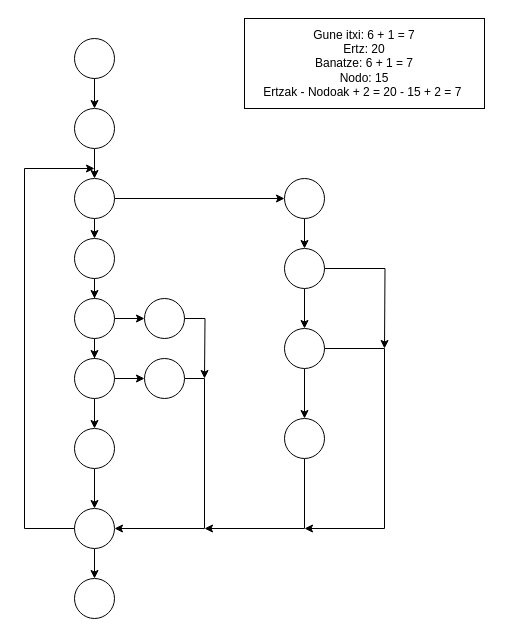
This is Documentacion/Garapen inguruneak/konplexutasun_ziklomatikoa.drawio from PetaldoiPorramador/ErronkaBus, a draw.io file, before an edit. Source tidied: cells renumbered, new cells numbered last; positions are measured from the earlier drawing's top-left corner, leaving out a move shared by most shapes. Both pictures are drawn from the tidied source at 100%, with x=0, y=0 at pixel (24, 18).
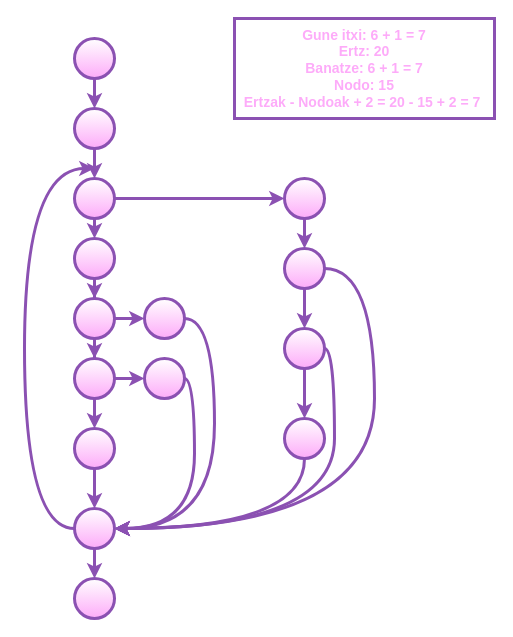
The same diagram, later.

Change to the diagram source:
```diff
@@
-    <mxCell id="2" style="ellipse;whiteSpace=wrap;html=1;" parent="1" vertex="1">
+    <mxCell id="2" style="ellipse;whiteSpace=wrap;html=1;fillColor=#FFFFFF;gradientColor=#fdabf9;strokeColor=#8b51b2;strokeWidth=3;fontColor=#FB54F4;gradientDirection=south;" parent="1" vertex="1">
       <mxGeometry x="50" y="20" width="40" height="40" as="geometry" />
     </mxCell>
-    <mxCell id="3" style="edgeStyle=orthogonalEdgeStyle;rounded=0;jettySize=auto;html=1;exitX=0.5;exitY=1;exitDx=0;exitDy=0;" parent="1" edge="1" source="4" target="7">
+    <mxCell id="3" style="edgeStyle=orthogonalEdgeStyle;rounded=0;jettySize=auto;html=1;exitX=0.5;exitY=1;exitDx=0;exitDy=0;fillColor=#f8cecc;gradientColor=#ea6b66;strokeColor=#8B51B2;strokeWidth=3;fontColor=#FB54F4;" parent="1" edge="1" source="4" target="7">
       <mxGeometry relative="1" as="geometry" />
     </mxCell>
-    <mxCell id="4" style="ellipse;whiteSpace=wrap;html=1;" parent="1" vertex="1">
+    <mxCell id="4" style="ellipse;whiteSpace=wrap;html=1;fillColor=#FFFFFF;gradientColor=#fdabf9;strokeColor=#8b51b2;strokeWidth=3;fontColor=#FB54F4;gradientDirection=south;" parent="1" vertex="1">
       <mxGeometry x="50" y="90" width="40" height="40" as="geometry" />
     </mxCell>
-    <mxCell id="5" style="edgeStyle=orthogonalEdgeStyle;rounded=0;jettySize=auto;html=1;exitX=0.5;exitY=1;exitDx=0;exitDy=0;entryX=0.5;entryY=0;entryDx=0;entryDy=0;" parent="1" edge="1" source="7" target="9">
+    <mxCell id="5" style="edgeStyle=orthogonalEdgeStyle;rounded=0;jettySize=auto;html=1;exitX=0.5;exitY=1;exitDx=0;exitDy=0;entryX=0.5;entryY=0;entryDx=0;entryDy=0;fillColor=#f8cecc;gradientColor=#ea6b66;strokeColor=#8B51B2;strokeWidth=3;fontColor=#FB54F4;" parent="1" edge="1" source="7" target="9">
       <mxGeometry relative="1" as="geometry" />
     </mxCell>
-    <mxCell id="6" style="edgeStyle=orthogonalEdgeStyle;rounded=0;jettySize=auto;html=1;exitX=1;exitY=0.5;exitDx=0;exitDy=0;entryX=0;entryY=0.5;entryDx=0;entryDy=0;" parent="1" edge="1" source="7" target="34">
+    <mxCell id="6" style="edgeStyle=orthogonalEdgeStyle;curved=1;rounded=0;jettySize=auto;html=1;exitX=1;exitY=0.5;exitDx=0;exitDy=0;entryX=0;entryY=0.5;entryDx=0;entryDy=0;fontSize=14;fontColor=#FDABF9;strokeColor=#8B51B2;strokeWidth=3;" parent="1" edge="1" source="7" target="34">
       <mxGeometry relative="1" as="geometry" />
     </mxCell>
-    <mxCell id="7" style="ellipse;whiteSpace=wrap;html=1;" parent="1" vertex="1">
+    <mxCell id="7" style="ellipse;whiteSpace=wrap;html=1;fillColor=#FFFFFF;gradientColor=#fdabf9;strokeColor=#8b51b2;strokeWidth=3;fontColor=#FB54F4;gradientDirection=south;" parent="1" vertex="1">
       <mxGeometry x="50" y="160" width="40" height="40" as="geometry" />
     </mxCell>
-    <mxCell id="8" style="edgeStyle=orthogonalEdgeStyle;rounded=0;jettySize=auto;html=1;exitX=0.5;exitY=1;exitDx=0;exitDy=0;" parent="1" edge="1" source="9" target="12">
+    <mxCell id="8" style="edgeStyle=orthogonalEdgeStyle;rounded=0;jettySize=auto;html=1;exitX=0.5;exitY=1;exitDx=0;exitDy=0;fillColor=#f8cecc;gradientColor=#ea6b66;strokeColor=#8B51B2;strokeWidth=3;fontColor=#FB54F4;" parent="1" edge="1" source="9" target="12">
       <mxGeometry relative="1" as="geometry" />
     </mxCell>
-    <mxCell id="9" style="ellipse;whiteSpace=wrap;html=1;" parent="1" vertex="1">
+    <mxCell id="9" style="ellipse;whiteSpace=wrap;html=1;fillColor=#FFFFFF;gradientColor=#fdabf9;strokeColor=#8b51b2;strokeWidth=3;fontColor=#FB54F4;gradientDirection=south;" parent="1" vertex="1">
       <mxGeometry x="50" y="220" width="40" height="40" as="geometry" />
     </mxCell>
-    <mxCell id="10" style="edgeStyle=orthogonalEdgeStyle;rounded=0;jettySize=auto;html=1;exitX=0.5;exitY=1;exitDx=0;exitDy=0;" parent="1" edge="1" source="12" target="17">
+    <mxCell id="10" style="edgeStyle=orthogonalEdgeStyle;rounded=0;jettySize=auto;html=1;exitX=0.5;exitY=1;exitDx=0;exitDy=0;fillColor=#f8cecc;gradientColor=#ea6b66;strokeColor=#8B51B2;strokeWidth=3;fontColor=#FB54F4;" parent="1" edge="1" source="12" target="17">
       <mxGeometry relative="1" as="geometry" />
     </mxCell>
-    <mxCell id="11" style="edgeStyle=orthogonalEdgeStyle;rounded=0;jettySize=auto;html=1;exitX=1;exitY=0.5;exitDx=0;exitDy=0;" parent="1" edge="1" source="12" target="14">
+    <mxCell id="11" style="edgeStyle=orthogonalEdgeStyle;rounded=0;jettySize=auto;html=1;exitX=1;exitY=0.5;exitDx=0;exitDy=0;fillColor=#f8cecc;gradientColor=#ea6b66;strokeColor=#8B51B2;strokeWidth=3;fontColor=#FB54F4;" parent="1" edge="1" source="12" target="14">
       <mxGeometry relative="1" as="geometry" />
     </mxCell>
-    <mxCell id="12" style="ellipse;whiteSpace=wrap;html=1;" parent="1" vertex="1">
+    <mxCell id="12" style="ellipse;whiteSpace=wrap;html=1;fillColor=#FFFFFF;gradientColor=#fdabf9;strokeColor=#8b51b2;strokeWidth=3;fontColor=#FB54F4;gradientDirection=south;" parent="1" vertex="1">
       <mxGeometry x="50" y="280" width="40" height="40" as="geometry" />
     </mxCell>
-    <mxCell id="13" style="edgeStyle=orthogonalEdgeStyle;rounded=0;jettySize=auto;html=1;exitX=1;exitY=0.5;exitDx=0;exitDy=0;" parent="1" edge="1" source="14">
+    <mxCell id="13" style="edgeStyle=orthogonalEdgeStyle;rounded=0;jettySize=auto;html=1;exitX=1;exitY=0.5;exitDx=0;exitDy=0;fillColor=#f8cecc;gradientColor=#ea6b66;strokeColor=#8B51B2;strokeWidth=3;fontColor=#FB54F4;curved=1;entryX=1;entryY=0.5;entryDx=0;entryDy=0;" parent="1" edge="1" source="14" target="26">
       <mxGeometry relative="1" as="geometry">
-        <mxPoint x="180" y="360" as="targetPoint" />
+        <Array as="points">
+          <mxPoint x="190" y="300" />
+          <mxPoint x="190" y="510" />
+        </Array>
       </mxGeometry>
     </mxCell>
-    <mxCell id="14" style="ellipse;whiteSpace=wrap;html=1;" parent="1" vertex="1">
+    <mxCell id="14" style="ellipse;whiteSpace=wrap;html=1;fillColor=#FFFFFF;gradientColor=#fdabf9;strokeColor=#8b51b2;strokeWidth=3;fontColor=#FB54F4;gradientDirection=south;" parent="1" vertex="1">
       <mxGeometry x="120" y="280" width="40" height="40" as="geometry" />
     </mxCell>
-    <mxCell id="15" style="edgeStyle=orthogonalEdgeStyle;rounded=0;jettySize=auto;html=1;exitX=0.5;exitY=1;exitDx=0;exitDy=0;" parent="1" edge="1" source="17" target="21">
+    <mxCell id="15" style="edgeStyle=orthogonalEdgeStyle;rounded=0;jettySize=auto;html=1;exitX=0.5;exitY=1;exitDx=0;exitDy=0;fillColor=#f8cecc;gradientColor=#ea6b66;strokeColor=#8B51B2;strokeWidth=3;fontColor=#FB54F4;" parent="1" edge="1" source="17" target="21">
       <mxGeometry relative="1" as="geometry" />
     </mxCell>
-    <mxCell id="16" style="edgeStyle=orthogonalEdgeStyle;rounded=0;jettySize=auto;html=1;exitX=1;exitY=0.5;exitDx=0;exitDy=0;" parent="1" edge="1" source="17" target="19">
+    <mxCell id="16" style="edgeStyle=orthogonalEdgeStyle;rounded=0;jettySize=auto;html=1;exitX=1;exitY=0.5;exitDx=0;exitDy=0;fillColor=#f8cecc;gradientColor=#ea6b66;strokeColor=#8B51B2;strokeWidth=3;fontColor=#FB54F4;" parent="1" edge="1" source="17" target="19">
       <mxGeometry relative="1" as="geometry" />
     </mxCell>
-    <mxCell id="17" style="ellipse;whiteSpace=wrap;html=1;" parent="1" vertex="1">
+    <mxCell id="17" style="ellipse;whiteSpace=wrap;html=1;fillColor=#FFFFFF;gradientColor=#fdabf9;strokeColor=#8b51b2;strokeWidth=3;fontColor=#FB54F4;gradientDirection=south;" parent="1" vertex="1">
       <mxGeometry x="50" y="340" width="40" height="40" as="geometry" />
     </mxCell>
-    <mxCell id="18" style="edgeStyle=orthogonalEdgeStyle;rounded=0;jettySize=auto;html=1;exitX=1;exitY=0.5;exitDx=0;exitDy=0;entryX=1;entryY=0.5;entryDx=0;entryDy=0;" parent="1" edge="1" source="19" target="26">
-      <mxGeometry relative="1" as="geometry" />
+    <mxCell id="18" style="edgeStyle=orthogonalEdgeStyle;rounded=0;jettySize=auto;html=1;exitX=1;exitY=0.5;exitDx=0;exitDy=0;entryX=1;entryY=0.5;entryDx=0;entryDy=0;fillColor=#f8cecc;gradientColor=#ea6b66;strokeColor=#8B51B2;strokeWidth=3;fontColor=#FB54F4;curved=1;" parent="1" edge="1" source="19" target="26">
+      <mxGeometry relative="1" as="geometry">
+        <Array as="points">
+          <mxPoint x="170" y="360" />
+          <mxPoint x="170" y="510" />
+        </Array>
+      </mxGeometry>
     </mxCell>
-    <mxCell id="19" style="ellipse;whiteSpace=wrap;html=1;" parent="1" vertex="1">
+    <mxCell id="19" style="ellipse;whiteSpace=wrap;html=1;fillColor=#FFFFFF;gradientColor=#fdabf9;strokeColor=#8b51b2;strokeWidth=3;fontColor=#FB54F4;gradientDirection=south;" parent="1" vertex="1">
       <mxGeometry x="120" y="340" width="40" height="40" as="geometry" />
     </mxCell>
-    <mxCell id="20" style="edgeStyle=orthogonalEdgeStyle;rounded=0;jettySize=auto;html=1;exitX=0.5;exitY=1;exitDx=0;exitDy=0;" parent="1" edge="1" source="21" target="26">
+    <mxCell id="20" style="edgeStyle=orthogonalEdgeStyle;rounded=0;jettySize=auto;html=1;exitX=0.5;exitY=1;exitDx=0;exitDy=0;fillColor=#f8cecc;gradientColor=#ea6b66;strokeColor=#8B51B2;strokeWidth=3;fontColor=#FB54F4;" parent="1" edge="1" source="21" target="26">
       <mxGeometry relative="1" as="geometry" />
     </mxCell>
-    <mxCell id="21" style="ellipse;whiteSpace=wrap;html=1;" parent="1" vertex="1">
+    <mxCell id="21" style="ellipse;whiteSpace=wrap;html=1;fillColor=#FFFFFF;gradientColor=#fdabf9;strokeColor=#8b51b2;strokeWidth=3;fontColor=#FB54F4;gradientDirection=south;" parent="1" vertex="1">
       <mxGeometry x="50" y="410" width="40" height="40" as="geometry" />
     </mxCell>
-    <mxCell id="22" style="endArrow=classic;html=1;rounded=0;exitX=0.5;exitY=1;exitDx=0;exitDy=0;" parent="1" edge="1" source="2" target="4">
+    <mxCell id="22" style="endArrow=classic;html=1;rounded=0;exitX=0.5;exitY=1;exitDx=0;exitDy=0;fillColor=#f8cecc;gradientColor=#ea6b66;strokeColor=#8B51B2;strokeWidth=3;fontColor=#FB54F4;" parent="1" edge="1" source="2" target="4">
       <mxGeometry relative="1" as="geometry" />
     </mxCell>
-    <mxCell id="23" style="edgeStyle=orthogonalEdgeStyle;rounded=0;jettySize=auto;html=1;exitX=0.5;exitY=1;exitDx=0;exitDy=0;" parent="1" edge="1" source="24">
-      <mxGeometry relative="1" as="geometry">
-        <mxPoint x="180" y="510" as="targetPoint" />
-        <Array as="points">
-          <mxPoint x="280" y="510" />
-        </Array>
-      </mxGeometry>
+    <mxCell id="23" style="edgeStyle=orthogonalEdgeStyle;rounded=0;jettySize=auto;html=1;exitX=0.5;exitY=1;exitDx=0;exitDy=0;fillColor=#f8cecc;gradientColor=#ea6b66;strokeColor=#8B51B2;strokeWidth=3;fontColor=#FB54F4;curved=1;entryX=1;entryY=0.5;entryDx=0;entryDy=0;" parent="1" edge="1" source="24" target="26">
+      <mxGeometry relative="1" as="geometry" />
     </mxCell>
-    <mxCell id="24" style="ellipse;whiteSpace=wrap;html=1;" parent="1" vertex="1">
+    <mxCell id="24" style="ellipse;whiteSpace=wrap;html=1;fillColor=#FFFFFF;gradientColor=#fdabf9;strokeColor=#8b51b2;strokeWidth=3;fontColor=#FB54F4;gradientDirection=south;" parent="1" vertex="1">
       <mxGeometry x="260" y="400" width="40" height="40" as="geometry" />
     </mxCell>
-    <mxCell id="25" style="edgeStyle=orthogonalEdgeStyle;rounded=0;jettySize=auto;html=1;exitX=0.5;exitY=1;exitDx=0;exitDy=0;entryX=0.5;entryY=0;entryDx=0;entryDy=0;" parent="1" edge="1" source="26" target="37">
+    <mxCell id="25" style="edgeStyle=orthogonalEdgeStyle;rounded=0;jettySize=auto;html=1;exitX=0.5;exitY=1;exitDx=0;exitDy=0;entryX=0.5;entryY=0;entryDx=0;entryDy=0;fillColor=#f8cecc;gradientColor=#ea6b66;strokeColor=#8B51B2;strokeWidth=3;fontColor=#FB54F4;" parent="1" edge="1" source="26" target="37">
       <mxGeometry relative="1" as="geometry" />
     </mxCell>
-    <mxCell id="26" style="ellipse;whiteSpace=wrap;html=1;" parent="1" vertex="1">
+    <mxCell id="26" style="ellipse;whiteSpace=wrap;html=1;fillColor=#FFFFFF;gradientColor=#fdabf9;strokeColor=#8b51b2;strokeWidth=3;fontColor=#FB54F4;gradientDirection=south;" parent="1" vertex="1">
       <mxGeometry x="50" y="490" width="40" height="40" as="geometry" />
     </mxCell>
-    <mxCell id="27" style="edgeStyle=orthogonalEdgeStyle;rounded=0;jettySize=auto;html=1;exitX=0.5;exitY=1;exitDx=0;exitDy=0;" parent="1" edge="1" source="29" target="24">
+    <mxCell id="27" style="edgeStyle=orthogonalEdgeStyle;rounded=0;jettySize=auto;html=1;exitX=0.5;exitY=1;exitDx=0;exitDy=0;fillColor=#f8cecc;gradientColor=#ea6b66;strokeColor=#8B51B2;strokeWidth=3;fontColor=#FB54F4;" parent="1" edge="1" source="29" target="24">
       <mxGeometry relative="1" as="geometry" />
     </mxCell>
-    <mxCell id="28" style="edgeStyle=orthogonalEdgeStyle;rounded=0;jettySize=auto;html=1;exitX=1;exitY=0.5;exitDx=0;exitDy=0;" parent="1" edge="1" source="29">
+    <mxCell id="28" style="edgeStyle=orthogonalEdgeStyle;rounded=0;jettySize=auto;html=1;exitX=1;exitY=0.5;exitDx=0;exitDy=0;fillColor=#f8cecc;gradientColor=#ea6b66;strokeColor=#8B51B2;strokeWidth=3;fontColor=#FB54F4;curved=1;entryX=1;entryY=0.5;entryDx=0;entryDy=0;" parent="1" edge="1" source="29" target="26">
       <mxGeometry relative="1" as="geometry">
-        <mxPoint x="280" y="510" as="targetPoint" />
         <Array as="points">
-          <mxPoint x="360" y="330" />
-          <mxPoint x="360" y="510" />
+          <mxPoint x="310" y="330" />
+          <mxPoint x="310" y="510" />
         </Array>
       </mxGeometry>
     </mxCell>
-    <mxCell id="29" style="ellipse;whiteSpace=wrap;html=1;" parent="1" vertex="1">
+    <mxCell id="29" style="ellipse;whiteSpace=wrap;html=1;fillColor=#FFFFFF;gradientColor=#fdabf9;strokeColor=#8b51b2;strokeWidth=3;fontColor=#FB54F4;gradientDirection=south;" parent="1" vertex="1">
       <mxGeometry x="260" y="310" width="40" height="40" as="geometry" />
     </mxCell>
-    <mxCell id="30" style="edgeStyle=orthogonalEdgeStyle;rounded=0;jettySize=auto;html=1;exitX=0.5;exitY=1;exitDx=0;exitDy=0;entryX=0.5;entryY=0;entryDx=0;entryDy=0;" parent="1" edge="1" source="32" target="29">
+    <mxCell id="30" style="edgeStyle=orthogonalEdgeStyle;rounded=0;jettySize=auto;html=1;exitX=0.5;exitY=1;exitDx=0;exitDy=0;entryX=0.5;entryY=0;entryDx=0;entryDy=0;fillColor=#f8cecc;gradientColor=#ea6b66;strokeColor=#8B51B2;strokeWidth=3;fontColor=#FB54F4;" parent="1" edge="1" source="32" target="29">
       <mxGeometry relative="1" as="geometry" />
     </mxCell>
-    <mxCell id="31" style="edgeStyle=orthogonalEdgeStyle;rounded=0;jettySize=auto;html=1;exitX=1;exitY=0.5;exitDx=0;exitDy=0;" parent="1" edge="1" source="32">
+    <mxCell id="31" style="edgeStyle=orthogonalEdgeStyle;rounded=0;jettySize=auto;html=1;exitX=1;exitY=0.5;exitDx=0;exitDy=0;fillColor=#f8cecc;gradientColor=#ea6b66;strokeColor=#8B51B2;strokeWidth=3;fontColor=#FB54F4;curved=1;entryX=1;entryY=0.5;entryDx=0;entryDy=0;" parent="1" edge="1" source="32" target="26">
       <mxGeometry relative="1" as="geometry">
-        <mxPoint x="360" y="330" as="targetPoint" />
+        <Array as="points">
+          <mxPoint x="350" y="250" />
+          <mxPoint x="350" y="510" />
+        </Array>
       </mxGeometry>
     </mxCell>
-    <mxCell id="32" style="ellipse;whiteSpace=wrap;html=1;" parent="1" vertex="1">
+    <mxCell id="32" style="ellipse;whiteSpace=wrap;html=1;fillColor=#FFFFFF;gradientColor=#fdabf9;strokeColor=#8b51b2;strokeWidth=3;fontColor=#FB54F4;gradientDirection=south;" parent="1" vertex="1">
       <mxGeometry x="260" y="230" width="40" height="40" as="geometry" />
     </mxCell>
-    <mxCell id="33" style="edgeStyle=orthogonalEdgeStyle;rounded=0;jettySize=auto;html=1;exitX=0.5;exitY=1;exitDx=0;exitDy=0;" parent="1" edge="1" source="34" target="32">
+    <mxCell id="33" style="edgeStyle=orthogonalEdgeStyle;rounded=0;jettySize=auto;html=1;exitX=0.5;exitY=1;exitDx=0;exitDy=0;fillColor=#f8cecc;gradientColor=#ea6b66;strokeColor=#8B51B2;strokeWidth=3;fontColor=#FB54F4;" parent="1" edge="1" source="34" target="32">
       <mxGeometry relative="1" as="geometry" />
     </mxCell>
-    <mxCell id="34" style="ellipse;whiteSpace=wrap;html=1;" parent="1" vertex="1">
+    <mxCell id="34" style="ellipse;whiteSpace=wrap;html=1;fillColor=#FFFFFF;gradientColor=#fdabf9;strokeColor=#8b51b2;strokeWidth=3;fontColor=#FB54F4;gradientDirection=south;" parent="1" vertex="1">
       <mxGeometry x="260" y="160" width="40" height="40" as="geometry" />
     </mxCell>
-    <mxCell id="35" style="edgeStyle=orthogonalEdgeStyle;rounded=0;jettySize=auto;html=1;exitX=0;exitY=0.5;exitDx=0;exitDy=0;" parent="1" edge="1" source="26">
+    <mxCell id="35" style="edgeStyle=orthogonalEdgeStyle;rounded=0;jettySize=auto;html=1;exitX=0;exitY=0.5;exitDx=0;exitDy=0;fillColor=#f8cecc;gradientColor=#ea6b66;strokeColor=#8B51B2;strokeWidth=3;fontColor=#FB54F4;curved=1;" parent="1" edge="1" source="26">
       <mxGeometry relative="1" as="geometry">
         <mxPoint x="70" y="150" as="targetPoint" />
         <Array as="points">
           <mxPoint y="510" />
           <mxPoint y="150" />
         </Array>
       </mxGeometry>
     </mxCell>
-    <mxCell id="36" value="Gune itxi: 6 + 1 = 7&lt;br&gt;Ertz: 20&lt;br&gt;Banatze: 6 + 1 = 7&lt;br&gt;Nodo: 15&lt;br&gt;Ertzak - Nodoak + 2 = 20 - 15 + 2 = 7&amp;nbsp;" style="rounded=0;whiteSpace=wrap;html=1;" parent="1" vertex="1">
-      <mxGeometry x="220" width="240" height="90" as="geometry" />
+    <mxCell id="36" value="Gune itxi: 6 + 1 = 7&lt;br style=&quot;font-size: 14px;&quot;&gt;Ertz: 20&lt;br style=&quot;font-size: 14px;&quot;&gt;Banatze: 6 + 1 = 7&lt;br style=&quot;font-size: 14px;&quot;&gt;Nodo: 15&lt;br style=&quot;font-size: 14px;&quot;&gt;Ertzak - Nodoak + 2 = 20 - 15 + 2 = 7&amp;nbsp;" style="rounded=0;whiteSpace=wrap;html=1;fillColor=none;strokeWidth=3;strokeColor=#8B51B2;fontColor=#FDABF9;fontStyle=1;fontSize=14;" parent="1" vertex="1">
+      <mxGeometry x="210" width="260" height="100" as="geometry" />
     </mxCell>
-    <mxCell id="37" style="ellipse;whiteSpace=wrap;html=1;" parent="1" vertex="1">
+    <mxCell id="37" style="ellipse;whiteSpace=wrap;html=1;fillColor=#FFFFFF;gradientColor=#fdabf9;strokeColor=#8b51b2;strokeWidth=3;fontColor=#FB54F4;gradientDirection=south;" parent="1" vertex="1">
       <mxGeometry x="50" y="560" width="40" height="40" as="geometry" />
     </mxCell>
```
